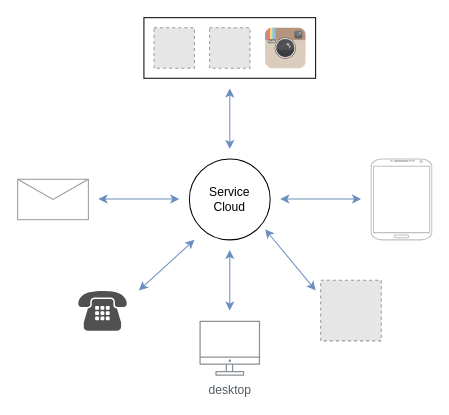
Earlier version of the draw.io diagram Service Cloud.drawio (jjromerop/draw). Source tidied: cells renumbered, new cells numbered last; positions are measured from the earlier drawing's top-left corner, leaving out a move shared by most shapes. Both pictures are drawn from the tidied source at 101%, with x=0, y=0 at pixel (17, 17). Pictures stored in the file or linked from it are replaced by grey dashed boxes.
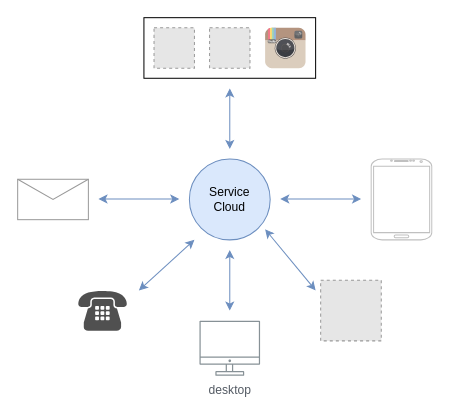
Above is the later version.

What changed in the source:
```diff
@@
-    <mxCell id="2" value="Service&lt;br&gt;Cloud" style="ellipse;whiteSpace=wrap;html=1;" parent="1" vertex="1">
+    <mxCell id="2" value="Service&lt;br&gt;Cloud" style="ellipse;whiteSpace=wrap;html=1;fillColor=#dae8fc;strokeColor=#6c8ebf;" parent="1" vertex="1">
       <mxGeometry x="170" y="140" width="80" height="80" as="geometry" />
     </mxCell>
```
